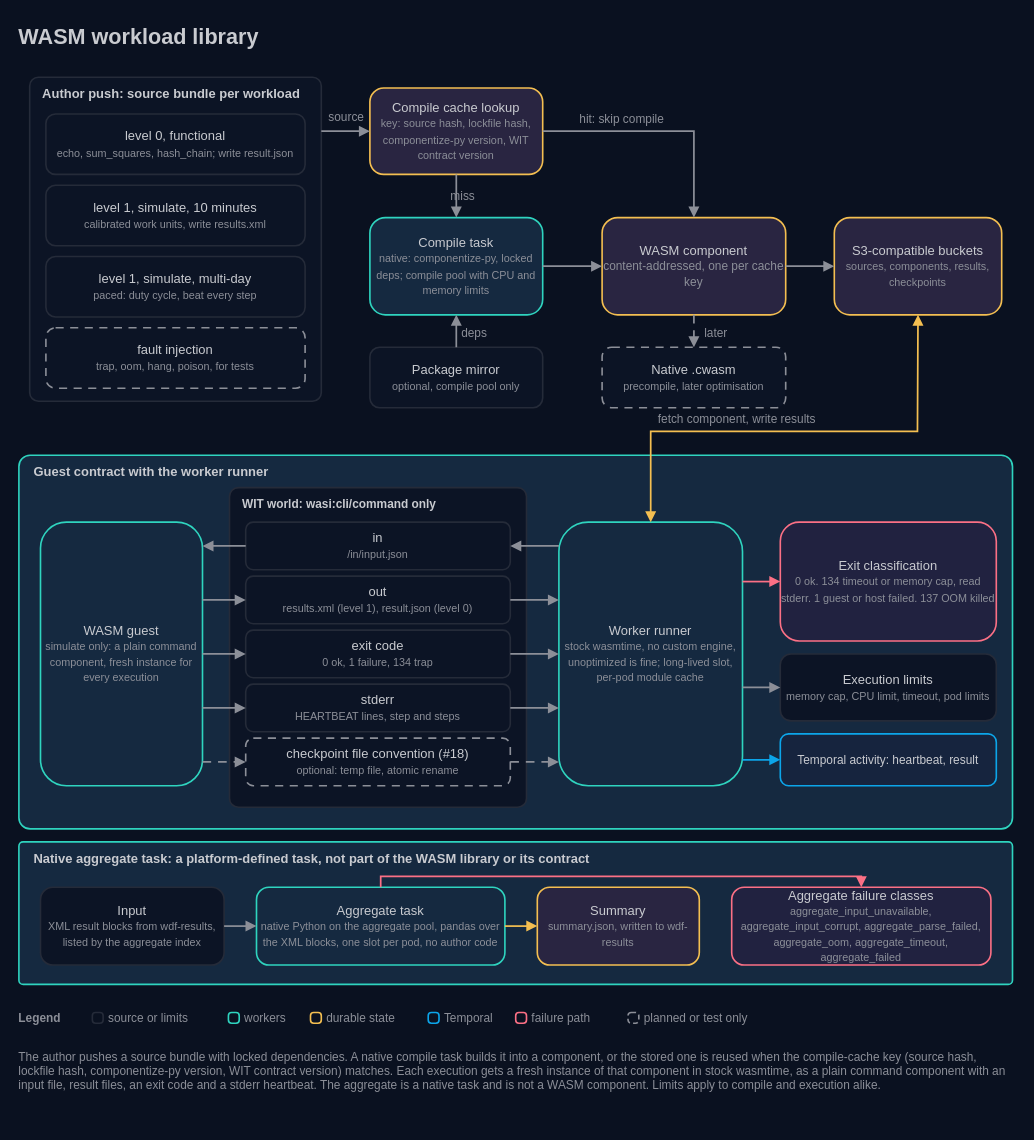
The draw.io diagram docs/architecture/14-wasm-workload-library.drawio in AndoNorth/wasm-dag-forge, before the edit. Source tidied: cells renumbered, new cells numbered last; positions are measured from the earlier drawing's top-left corner, leaving out a move shared by most shapes. Both pictures are drawn from the tidied source at 108%, with x=0, y=0 at pixel (18, 18).
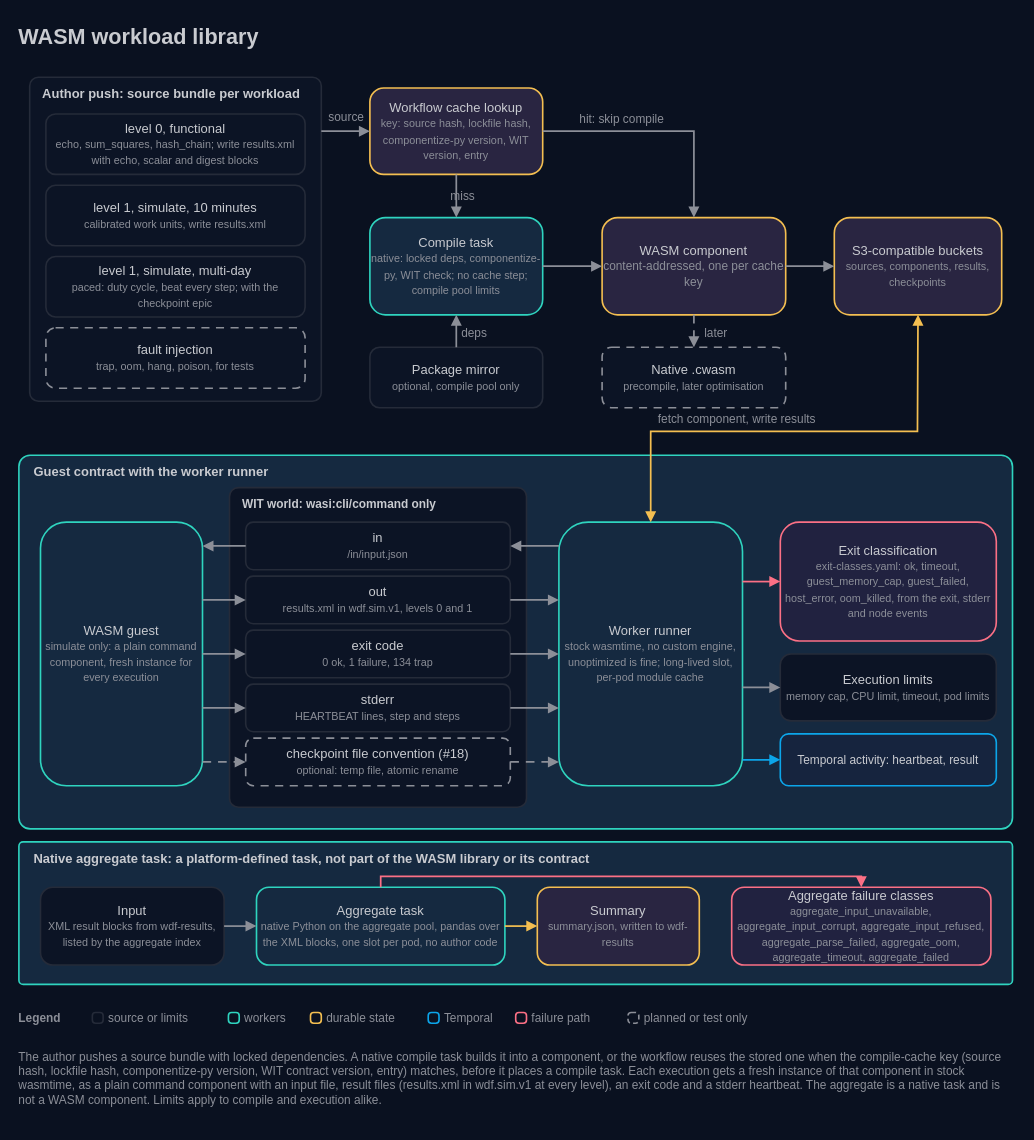
The same diagram, later.

Diff of the diagram source:
```diff
@@
-    <mxCell id="6" value="level 0, functional&lt;br&gt;&lt;font color=&quot;#8c8f98&quot; style=&quot;font-size:10px&quot;&gt;echo, sum_squares, hash_chain; write result.json&lt;/font&gt;" style="rounded=1;arcSize=16;html=1;whiteSpace=wrap;fillColor=#0c1425;strokeColor=#252b39;strokeWidth=1.5;fontColor=#c9cbd0;fontSize=12;fontFamily=IBM Plex Sans;align=center;verticalAlign=middle;" parent="1" vertex="1">
+    <mxCell id="6" value="level 0, functional&lt;br&gt;&lt;font color=&quot;#8c8f98&quot; style=&quot;font-size:10px&quot;&gt;echo, sum_squares, hash_chain; write results.xml with echo, scalar and digest blocks&lt;/font&gt;" style="rounded=1;arcSize=16;html=1;whiteSpace=wrap;fillColor=#0c1425;strokeColor=#252b39;strokeWidth=1.5;fontColor=#c9cbd0;fontSize=12;fontFamily=IBM Plex Sans;align=center;verticalAlign=middle;" parent="1" vertex="1">
       <mxGeometry x="25" y="88" width="240" height="56" as="geometry" />
     </mxCell>
-    <mxCell id="7" value="level 1, simulate, multi-day&lt;br&gt;&lt;font color=&quot;#8c8f98&quot; style=&quot;font-size:10px&quot;&gt;paced: duty cycle, beat every step&lt;/font&gt;" style="rounded=1;arcSize=16;html=1;whiteSpace=wrap;fillColor=#0c1425;strokeColor=#252b39;strokeWidth=1.5;fontColor=#c9cbd0;fontSize=12;fontFamily=IBM Plex Sans;align=center;verticalAlign=middle;" parent="1" vertex="1">
+    <mxCell id="7" value="level 1, simulate, multi-day&lt;br&gt;&lt;font color=&quot;#8c8f98&quot; style=&quot;font-size:10px&quot;&gt;paced: duty cycle, beat every step; with the checkpoint epic&lt;/font&gt;" style="rounded=1;arcSize=16;html=1;whiteSpace=wrap;fillColor=#0c1425;strokeColor=#252b39;strokeWidth=1.5;fontColor=#c9cbd0;fontSize=12;fontFamily=IBM Plex Sans;align=center;verticalAlign=middle;" parent="1" vertex="1">
       <mxGeometry x="25" y="220" width="240" height="56" as="geometry" />
     </mxCell>
@@
-    <mxCell id="9" value="Compile cache lookup&lt;br&gt;&lt;font color=&quot;#8c8f98&quot; style=&quot;font-size:10px&quot;&gt;key: source hash, lockfile hash, componentize-py version, WIT contract version&lt;/font&gt;" style="rounded=1;arcSize=16;html=1;whiteSpace=wrap;fillColor=#292541;strokeColor=#f4bf51;strokeWidth=1.5;fontColor=#c9cbd0;fontSize=12;fontFamily=IBM Plex Sans;align=center;verticalAlign=middle;" parent="1" vertex="1">
+    <mxCell id="9" value="Workflow cache lookup&lt;br&gt;&lt;font color=&quot;#8c8f98&quot; style=&quot;font-size:10px&quot;&gt;key: source hash, lockfile hash, componentize-py version, WIT version, entry&lt;/font&gt;" style="rounded=1;arcSize=16;html=1;whiteSpace=wrap;fillColor=#292541;strokeColor=#f4bf51;strokeWidth=1.5;fontColor=#c9cbd0;fontSize=12;fontFamily=IBM Plex Sans;align=center;verticalAlign=middle;" parent="1" vertex="1">
       <mxGeometry x="325" y="64" width="160" height="80" as="geometry" />
     </mxCell>
-    <mxCell id="10" value="Compile task&lt;br&gt;&lt;font color=&quot;#8c8f98&quot; style=&quot;font-size:10px&quot;&gt;native: componentize-py, locked deps; compile pool with CPU and memory limits&lt;/font&gt;" style="rounded=1;arcSize=16;html=1;whiteSpace=wrap;fillColor=#152940;strokeColor=#2fd4bf;strokeWidth=1.5;fontColor=#c9cbd0;fontSize=12;fontFamily=IBM Plex Sans;align=center;verticalAlign=middle;" parent="1" vertex="1">
+    <mxCell id="10" value="Compile task&lt;br&gt;&lt;font color=&quot;#8c8f98&quot; style=&quot;font-size:10px&quot;&gt;native: locked deps, componentize-py, WIT check; no cache step; compile pool limits&lt;/font&gt;" style="rounded=1;arcSize=16;html=1;whiteSpace=wrap;fillColor=#152940;strokeColor=#2fd4bf;strokeWidth=1.5;fontColor=#c9cbd0;fontSize=12;fontFamily=IBM Plex Sans;align=center;verticalAlign=middle;" parent="1" vertex="1">
       <mxGeometry x="325" y="184" width="160" height="90" as="geometry" />
     </mxCell>
@@
-    <mxCell id="33" value="Aggregate failure classes&lt;br&gt;&lt;font color=&quot;#8c8f98&quot; style=&quot;font-size:10px&quot;&gt;aggregate_input_unavailable, aggregate_input_corrupt, aggregate_parse_failed, aggregate_oom, aggregate_timeout, aggregate_failed&lt;/font&gt;" style="rounded=1;arcSize=16;html=1;whiteSpace=wrap;fillColor=#212240;strokeColor=#fb7085;strokeWidth=1.5;fontColor=#c9cbd0;fontSize=12;fontFamily=IBM Plex Sans;align=center;verticalAlign=middle;" parent="1" vertex="1">
+    <mxCell id="33" value="Aggregate failure classes&lt;br&gt;&lt;font color=&quot;#8c8f98&quot; style=&quot;font-size:10px&quot;&gt;aggregate_input_unavailable, aggregate_input_corrupt, aggregate_input_refused, aggregate_parse_failed, aggregate_oom, aggregate_timeout, aggregate_failed&lt;/font&gt;" style="rounded=1;arcSize=16;html=1;whiteSpace=wrap;fillColor=#212240;strokeColor=#fb7085;strokeWidth=1.5;fontColor=#c9cbd0;fontSize=12;fontFamily=IBM Plex Sans;align=center;verticalAlign=middle;" parent="1" vertex="1">
       <mxGeometry x="660" y="804" width="240" height="72" as="geometry" />
     </mxCell>
@@
-    <mxCell id="39" value="out&lt;br&gt;&lt;font color=&quot;#8c8f98&quot; style=&quot;font-size:10px&quot;&gt;results.xml (level 1), result.json (level 0)&lt;/font&gt;" style="rounded=1;arcSize=16;html=1;whiteSpace=wrap;fillColor=#0c1425;strokeColor=#252b39;strokeWidth=1.5;fontColor=#c9cbd0;fontSize=12;fontFamily=IBM Plex Sans;align=center;verticalAlign=middle;" parent="1" vertex="1">
+    <mxCell id="39" value="out&lt;br&gt;&lt;font color=&quot;#8c8f98&quot; style=&quot;font-size:10px&quot;&gt;results.xml in wdf.sim.v1, levels 0 and 1&lt;/font&gt;" style="rounded=1;arcSize=16;html=1;whiteSpace=wrap;fillColor=#0c1425;strokeColor=#252b39;strokeWidth=1.5;fontColor=#c9cbd0;fontSize=12;fontFamily=IBM Plex Sans;align=center;verticalAlign=middle;" parent="1" vertex="1">
       <mxGeometry x="210" y="516" width="245" height="44" as="geometry" />
     </mxCell>
@@
-    <mxCell id="56" value="Exit classification&lt;br&gt;&lt;font color=&quot;#8c8f98&quot; style=&quot;font-size:10px&quot;&gt;0 ok. 134 timeout or memory cap, read stderr. 1 guest or host failed. 137 OOM killed&lt;/font&gt;" style="rounded=1;arcSize=16;html=1;whiteSpace=wrap;fillColor=#212240;strokeColor=#fb7085;strokeWidth=1.5;fontColor=#c9cbd0;fontSize=12;fontFamily=IBM Plex Sans;align=center;verticalAlign=middle;" parent="1" vertex="1">
+    <mxCell id="56" value="Exit classification&lt;br&gt;&lt;font color=&quot;#8c8f98&quot; style=&quot;font-size:10px&quot;&gt;exit-classes.yaml: ok, timeout, guest_memory_cap, guest_failed, host_error, oom_killed, from the exit, stderr and node events&lt;/font&gt;" style="rounded=1;arcSize=16;html=1;whiteSpace=wrap;fillColor=#212240;strokeColor=#fb7085;strokeWidth=1.5;fontColor=#c9cbd0;fontSize=12;fontFamily=IBM Plex Sans;align=center;verticalAlign=middle;" parent="1" vertex="1">
       <mxGeometry x="705" y="466" width="200" height="110" as="geometry" />
     </mxCell>
@@
-    <mxCell id="78" value="The author pushes a source bundle with locked dependencies. A native compile task builds it into a component, or the stored one is reused when the compile-cache key (source hash, lockfile hash, componentize-py version, WIT contract version) matches. Each execution gets a fresh instance of that component in stock wasmtime, as a plain command component with an input file, result files, an exit code and a stderr heartbeat. The aggregate is a native task and is not a WASM component. Limits apply to compile and execution alike." style="text;html=1;strokeColor=none;fillColor=none;align=left;verticalAlign=top;whiteSpace=wrap;fontColor=#8c8f98;fontSize=11;fontFamily=IBM Plex Sans;spacing=0;" parent="1" vertex="1">
+    <mxCell id="78" value="The author pushes a source bundle with locked dependencies. A native compile task builds it into a component, or the workflow reuses the stored one when the compile-cache key (source hash, lockfile hash, componentize-py version, WIT contract version, entry) matches, before it places a compile task. Each execution gets a fresh instance of that component in stock wasmtime, as a plain command component with an input file, result files (results.xml in wdf.sim.v1 at every level), an exit code and a stderr heartbeat. The aggregate is a native task and is not a WASM component. Limits apply to compile and execution alike." style="text;html=1;strokeColor=none;fillColor=none;align=left;verticalAlign=top;whiteSpace=wrap;fontColor=#8c8f98;fontSize=11;fontFamily=IBM Plex Sans;spacing=0;" parent="1" vertex="1">
       <mxGeometry y="950" width="920" height="72" as="geometry" />
     </mxCell>
```
